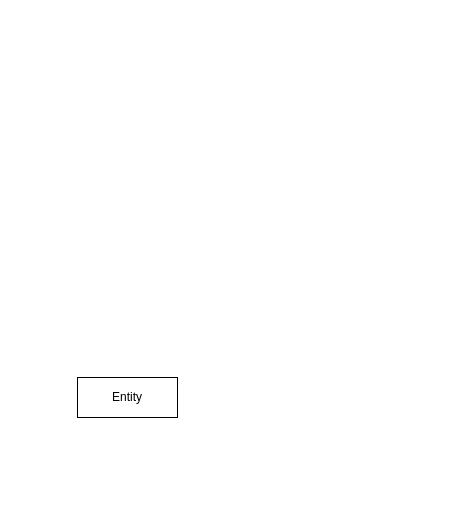
Above: Diagram Tanpa Judul.drawio in muchtarfaizin/git-test (draw.io), before the change. Source tidied: cells renumbered, new cells numbered last; positions are measured from the earlier drawing's top-left corner, leaving out a move shared by most shapes. Both pictures are drawn from the tidied source at 100%, with x=0, y=0 at pixel (77, 377).
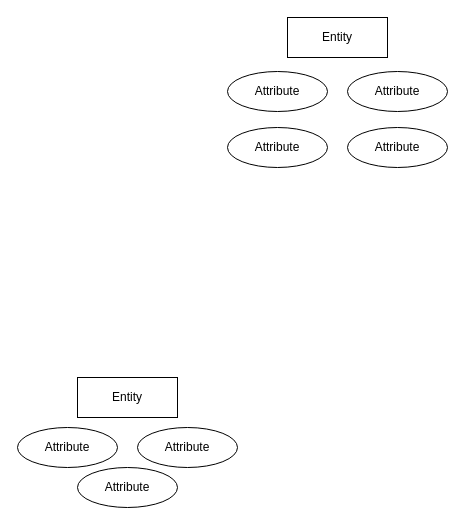
The same diagram, later.

What changed in the source:
```diff
@@
 <mxGraphModel>
   <root>
     <mxCell id="0" />
     <mxCell id="1" parent="0" />
     <mxCell id="2" value="Entity" style="whiteSpace=wrap;html=1;align=center;" parent="1" vertex="1">
       <mxGeometry width="100" height="40" as="geometry" />
     </mxCell>
+    <mxCell id="3" value="Attribute" style="ellipse;whiteSpace=wrap;html=1;align=center;" parent="1" vertex="1">
+      <mxGeometry x="-60" y="50" width="100" height="40" as="geometry" />
+    </mxCell>
+    <mxCell id="4" value="Attribute" style="ellipse;whiteSpace=wrap;html=1;align=center;" parent="1" vertex="1">
+      <mxGeometry x="60" y="50" width="100" height="40" as="geometry" />
+    </mxCell>
+    <mxCell id="5" value="Attribute" style="ellipse;whiteSpace=wrap;html=1;align=center;" parent="1" vertex="1">
+      <mxGeometry y="90" width="100" height="40" as="geometry" />
+    </mxCell>
+    <mxCell id="6" value="Entity" style="whiteSpace=wrap;html=1;align=center;" parent="1" vertex="1">
+      <mxGeometry x="210" y="-360" width="100" height="40" as="geometry" />
+    </mxCell>
+    <mxCell id="7" value="Attribute" style="ellipse;whiteSpace=wrap;html=1;align=center;" parent="1" vertex="1">
+      <mxGeometry x="150" y="-306" width="100" height="40" as="geometry" />
+    </mxCell>
+    <mxCell id="8" value="Attribute" style="ellipse;whiteSpace=wrap;html=1;align=center;" parent="1" vertex="1">
+      <mxGeometry x="270" y="-306" width="100" height="40" as="geometry" />
+    </mxCell>
+    <mxCell id="9" value="Attribute" style="ellipse;whiteSpace=wrap;html=1;align=center;" parent="1" vertex="1">
+      <mxGeometry x="270" y="-250" width="100" height="40" as="geometry" />
+    </mxCell>
+    <mxCell id="10" value="Attribute" style="ellipse;whiteSpace=wrap;html=1;align=center;" parent="1" vertex="1">
+      <mxGeometry x="150" y="-250" width="100" height="40" as="geometry" />
+    </mxCell>
   </root>
 </mxGraphModel>
```
